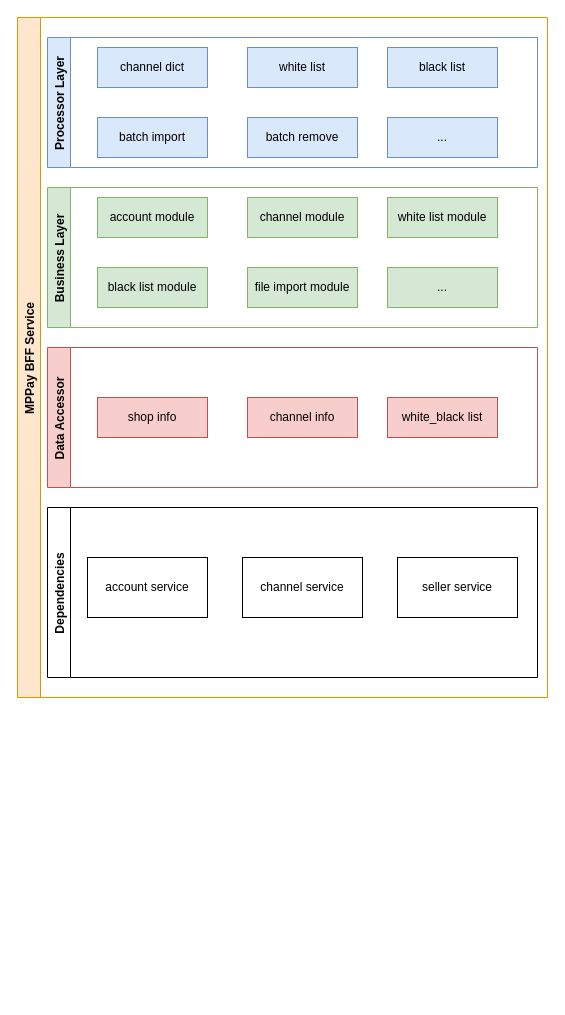
Earlier version of the draw.io diagram system and logical.drawio (netwalker2000/draw.io). Source tidied: cells renumbered, new cells numbered last; positions are measured from the earlier drawing's top-left corner, leaving out a move shared by most shapes. Both pictures are drawn from the tidied source at 100%, with x=0, y=0 at pixel (17, 17).
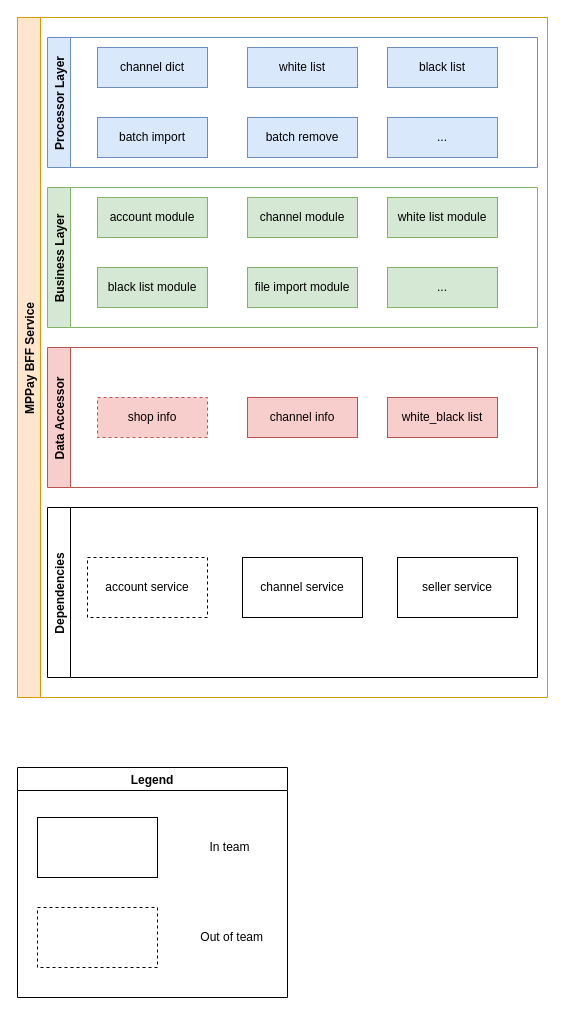
The same diagram, later.

Unchanged cells that the change refers to:
```xml
<mxCell id="17" value="Data Accessor" style="swimlane;horizontal=0;fillColor=#f8cecc;strokeColor=#b85450;" parent="2" vertex="1">
  <mxGeometry x="30" y="330" width="490" height="140" as="geometry" />
</mxCell>
<mxCell id="21" value="Dependencies" style="swimlane;horizontal=0;" parent="2" vertex="1">
  <mxGeometry x="30" y="490" width="490" height="170" as="geometry" />
</mxCell>
```

Change to the diagram source:
```diff
@@
-    <mxCell id="18" value="shop info" style="rounded=0;whiteSpace=wrap;html=1;fillColor=#f8cecc;strokeColor=#b85450;" parent="17" vertex="1">
+    <mxCell id="18" value="shop info" style="rounded=0;whiteSpace=wrap;html=1;fillColor=#f8cecc;strokeColor=#b85450;dashed=1;" parent="17" vertex="1">
       <mxGeometry x="50" y="50" width="110" height="40" as="geometry" />
     </mxCell>
@@
-    <mxCell id="22" value="account service" style="rounded=0;whiteSpace=wrap;html=1;" parent="21" vertex="1">
+    <mxCell id="22" value="account service" style="rounded=0;whiteSpace=wrap;html=1;dashed=1;" parent="21" vertex="1">
       <mxGeometry x="40" y="50" width="120" height="60" as="geometry" />
     </mxCell>
@@
+    <mxCell id="25" value="Legend" style="swimlane;" parent="1" vertex="1">
+      <mxGeometry y="750" width="270" height="230" as="geometry" />
+    </mxCell>
+    <mxCell id="26" style="rounded=0;whiteSpace=wrap;html=1;" parent="25" vertex="1">
+      <mxGeometry x="20" y="50" width="120" height="60" as="geometry" />
+    </mxCell>
+    <mxCell id="27" value="In team" style="text;html=1;strokeColor=none;fillColor=none;align=center;verticalAlign=middle;whiteSpace=wrap;rounded=0;dashed=1;" parent="25" vertex="1">
+      <mxGeometry x="185" y="45" width="55" height="70" as="geometry" />
+    </mxCell>
+    <mxCell id="28" style="rounded=0;whiteSpace=wrap;html=1;dashed=1;" parent="25" vertex="1">
+      <mxGeometry x="20" y="140" width="120" height="60" as="geometry" />
+    </mxCell>
+    <mxCell id="29" value="&amp;nbsp;Out of team" style="text;html=1;strokeColor=none;fillColor=none;align=center;verticalAlign=middle;whiteSpace=wrap;rounded=0;dashed=1;" parent="25" vertex="1">
+      <mxGeometry x="172.5" y="135" width="80" height="70" as="geometry" />
+    </mxCell>
```
